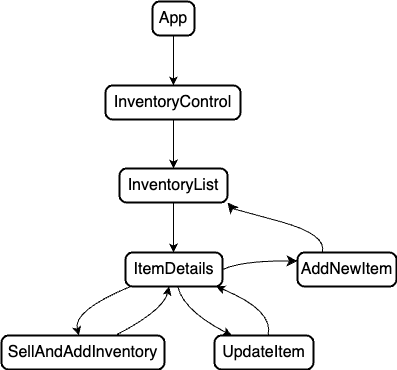
jcarenza67/Coffee-House keeps this draw.io diagram as Diagram2.png. Above is the earlier version. Source tidied: cells renumbered, new cells last; positions are measured from the earlier drawing's top-left corner, leaving out a move shared by most shapes. Source of this version:
```xml
<mxGraphModel>
  <root>
    <mxCell id="0" />
    <mxCell id="1" parent="0" />
    <mxCell id="2" value="App" style="rounded=1;absoluteArcSize=1;arcSize=14;whiteSpace=wrap;strokeWidth=2;fontSize=16;" parent="1" vertex="1">
      <mxGeometry x="151" width="42" height="34" as="geometry" />
    </mxCell>
    <mxCell id="3" value="InventoryControl" style="rounded=1;absoluteArcSize=1;arcSize=14;whiteSpace=wrap;strokeWidth=2;fontSize=16;" parent="1" vertex="1">
      <mxGeometry x="104" y="84" width="135" height="34" as="geometry" />
    </mxCell>
    <mxCell id="4" value="InventoryList" style="rounded=1;absoluteArcSize=1;arcSize=14;whiteSpace=wrap;strokeWidth=2;fontSize=16;" parent="1" vertex="1">
      <mxGeometry x="118" y="167" width="108" height="34" as="geometry" />
    </mxCell>
    <mxCell id="5" value="ItemDetails" style="rounded=1;absoluteArcSize=1;arcSize=14;whiteSpace=wrap;strokeWidth=2;fontSize=16;" parent="1" vertex="1">
      <mxGeometry x="124" y="251" width="97" height="34" as="geometry" />
    </mxCell>
    <mxCell id="6" value="SellAndAddInventory" style="rounded=1;absoluteArcSize=1;arcSize=14;whiteSpace=wrap;strokeWidth=2;fontSize=16;" parent="1" vertex="1">
      <mxGeometry y="334" width="163" height="34" as="geometry" />
    </mxCell>
    <mxCell id="7" value="UpdateItem" style="rounded=1;absoluteArcSize=1;arcSize=14;whiteSpace=wrap;strokeWidth=2;fontSize=16;" parent="1" vertex="1">
      <mxGeometry x="213" y="334" width="99" height="34" as="geometry" />
    </mxCell>
    <mxCell id="8" style="curved=1;startArrow=none;exitX=0.49855840773809523;exitY=0.9852941176470589;entryX=0.5032552083333334;entryY=-0.014705882352941176;rounded=0;fontSize=12;" parent="1" edge="1" source="2" target="3">
      <mxGeometry relative="1" as="geometry" />
    </mxCell>
    <mxCell id="9" style="curved=1;startArrow=none;exitX=0.5032552083333334;exitY=0.9705882352941176;entryX=0.49943938078703703;entryY=0;rounded=0;fontSize=12;" parent="1" edge="1" source="3" target="4">
      <mxGeometry relative="1" as="geometry" />
    </mxCell>
    <mxCell id="10" style="curved=1;startArrow=none;exitX=0.49943938078703703;exitY=0.9852941176470589;entryX=0.49422116623711343;entryY=-0.014705882352941176;rounded=0;fontSize=12;" parent="1" edge="1" source="4" target="5">
      <mxGeometry relative="1" as="geometry" />
    </mxCell>
    <mxCell id="11" style="curved=1;startArrow=none;exitX=0.07829693383850844;exitY=0.9705882352941176;entryX=0.47464374357113986;entryY=0;rounded=0;fontSize=12;" parent="1" edge="1" source="5" target="6">
      <mxGeometry relative="1" as="geometry">
        <Array as="points">
          <mxPoint x="71" y="309" />
        </Array>
      </mxGeometry>
    </mxCell>
    <mxCell id="12" style="curved=1;startArrow=none;exitX=0.6975435870972778;exitY=0;entryX=0.45286058842366805;entryY=0.9705882352941176;rounded=0;fontSize=12;" parent="1" edge="1" source="6" target="5">
      <mxGeometry relative="1" as="geometry">
        <Array as="points">
          <mxPoint x="162" y="309" />
        </Array>
      </mxGeometry>
    </mxCell>
    <mxCell id="13" style="curved=1;startArrow=none;exitX=0.5355817440505587;exitY=0.9705882352941176;entryX=0.1735282985166032;entryY=0;rounded=0;fontSize=12;" parent="1" edge="1" source="5" target="7">
      <mxGeometry relative="1" as="geometry">
        <Array as="points">
          <mxPoint x="182" y="309" />
        </Array>
      </mxGeometry>
    </mxCell>
    <mxCell id="14" style="curved=1;startArrow=none;exitX=0.5405250105848906;exitY=0;entryX=0.9101453986357183;entryY=0.9705882352941176;rounded=0;fontSize=12;" parent="1" edge="1" source="7" target="5">
      <mxGeometry relative="1" as="geometry">
        <Array as="points">
          <mxPoint x="273" y="309" />
        </Array>
      </mxGeometry>
    </mxCell>
    <mxCell id="15" value="AddNewItem" style="rounded=1;absoluteArcSize=1;arcSize=14;whiteSpace=wrap;strokeWidth=2;fontSize=16;" parent="1" vertex="1">
      <mxGeometry x="296" y="251" width="99" height="34" as="geometry" />
    </mxCell>
    <mxCell id="16" style="curved=1;endArrow=classic;html=1;rounded=0;fontSize=12;startSize=8;endSize=8;exitX=1;exitY=0.5;exitDx=0;exitDy=0;entryX=0;entryY=0.25;entryDx=0;entryDy=0;" parent="1" edge="1" source="5" target="15">
      <mxGeometry relative="1" as="geometry">
        <Array as="points">
          <mxPoint x="241" y="259" />
        </Array>
      </mxGeometry>
    </mxCell>
    <mxCell id="17" style="curved=1;endArrow=classic;html=1;rounded=0;fontSize=12;startSize=8;endSize=8;exitX=0.25;exitY=0;exitDx=0;exitDy=0;entryX=1;entryY=1;entryDx=0;entryDy=0;" parent="1" edge="1" source="15" target="4">
      <mxGeometry relative="1" as="geometry">
        <Array as="points">
          <mxPoint x="326" y="233" />
          <mxPoint x="231" y="207" />
        </Array>
      </mxGeometry>
    </mxCell>
  </root>
</mxGraphModel>
```
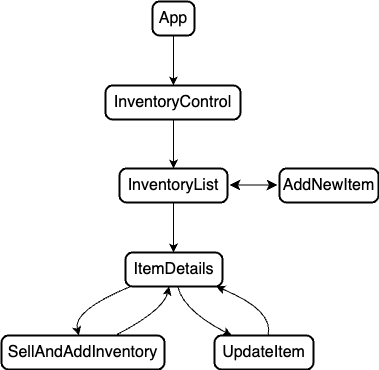
The same diagram one commit later.

The edit, as a diff of the source:
```diff
@@ -58,22 +58,13 @@
       </mxGeometry>
     </mxCell>
     <mxCell id="15" value="AddNewItem" style="rounded=1;absoluteArcSize=1;arcSize=14;whiteSpace=wrap;strokeWidth=2;fontSize=16;" parent="1" vertex="1">
-      <mxGeometry x="296" y="251" width="99" height="34" as="geometry" />
+      <mxGeometry x="278" y="167" width="99" height="34" as="geometry" />
     </mxCell>
-    <mxCell id="16" style="curved=1;endArrow=classic;html=1;rounded=0;fontSize=12;startSize=8;endSize=8;exitX=1;exitY=0.5;exitDx=0;exitDy=0;entryX=0;entryY=0.25;entryDx=0;entryDy=0;" parent="1" edge="1" source="5" target="15">
-      <mxGeometry relative="1" as="geometry">
-        <Array as="points">
-          <mxPoint x="241" y="259" />
-        </Array>
-      </mxGeometry>
-    </mxCell>
-    <mxCell id="17" style="curved=1;endArrow=classic;html=1;rounded=0;fontSize=12;startSize=8;endSize=8;exitX=0.25;exitY=0;exitDx=0;exitDy=0;entryX=1;entryY=1;entryDx=0;entryDy=0;" parent="1" edge="1" source="15" target="4">
-      <mxGeometry relative="1" as="geometry">
-        <Array as="points">
-          <mxPoint x="326" y="233" />
-          <mxPoint x="231" y="207" />
-        </Array>
-      </mxGeometry>
-    </mxCell>
+    <mxCell id="18" style="endArrow=classic;startArrow=classic;html=1;rounded=0;fontSize=12;startSize=8;endSize=8;curved=1;" parent="1" edge="1">
+      <mxGeometry relative="1" as="geometry">
+        <mxPoint x="228" y="183.5" as="sourcePoint" />
+        <mxPoint x="276" y="183.5" as="targetPoint" />
+      </mxGeometry>
+    </mxCell>
   </root>
 </mxGraphModel>
```
